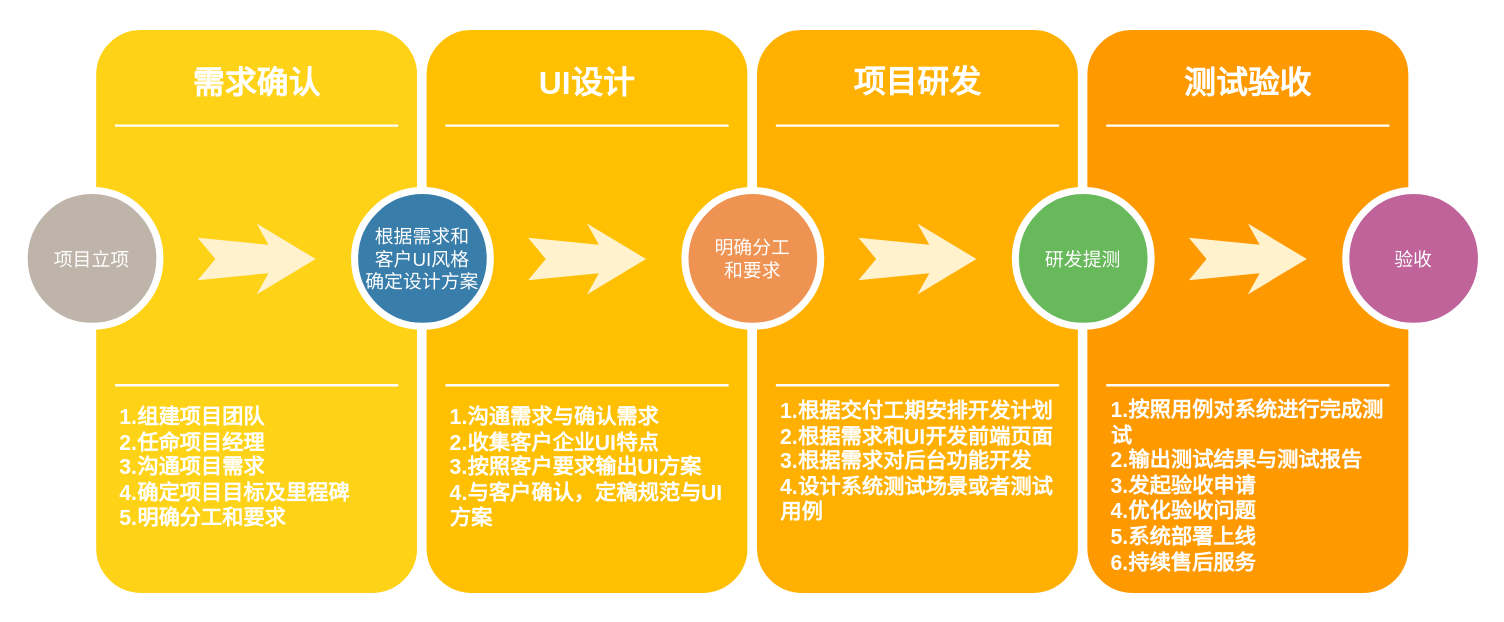
Above: 未命名绘图.drawio in xiaoming728/draw (draw.io), before the change. Source tidied: cells renumbered, new cells numbered last; positions are measured from the earlier drawing's top-left corner, leaving out a move shared by most shapes. Both pictures are drawn from the tidied source at 118%, with x=0, y=0 at pixel (24, 25).
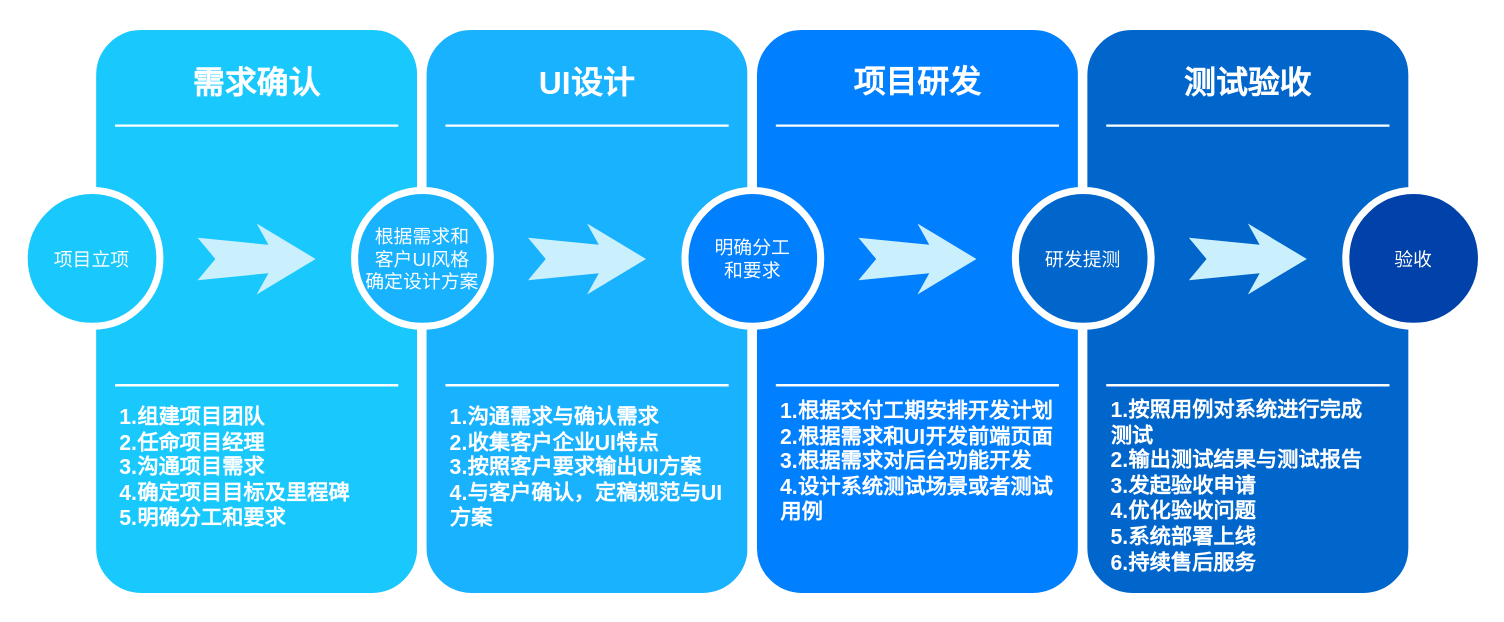
The same diagram, later.

Commit message:
更新未命名绘图.drawio

What changed in the source:
```diff
@@
-    <mxCell id="2" style="whiteSpace=wrap;html=1;rounded=1;shadow=0;strokeWidth=8;fontSize=20;align=center;fillColor=#FED217;strokeColor=#FFFFFF;" parent="1" vertex="1">
+    <mxCell id="2" style="whiteSpace=wrap;html=1;rounded=1;shadow=0;strokeWidth=8;fontSize=20;align=center;fillColor=#19C9FE;strokeColor=#FFFFFF;" parent="1" vertex="1">
       <mxGeometry x="57" width="280" height="485" as="geometry" />
     </mxCell>
@@
-    <mxCell id="7" value="项目立项" style="ellipse;whiteSpace=wrap;html=1;rounded=0;shadow=0;strokeWidth=6;fontSize=16;align=center;fillColor=#BFB4A9;strokeColor=#FFFFFF;fontColor=#FFFFFF;" parent="1" vertex="1">
+    <mxCell id="7" value="项目立项" style="ellipse;whiteSpace=wrap;html=1;rounded=0;shadow=0;strokeWidth=6;fontSize=16;align=center;fillColor=#19c9fe;strokeColor=#FFFFFF;fontColor=#FFFFFF;" parent="1" vertex="1">
       <mxGeometry y="140" width="115" height="115" as="geometry" />
     </mxCell>
-    <mxCell id="8" style="html=1;shadow=0;dashed=0;align=center;verticalAlign=middle;shape=mxgraph.arrows2.stylisedArrow;dy=0.6;dx=40;notch=15;feather=0.4;rounded=0;strokeWidth=1;fontSize=16;strokeColor=none;fillColor=#fff2cc;" parent="1" vertex="1">
+    <mxCell id="8" style="html=1;shadow=0;dashed=0;align=center;verticalAlign=middle;shape=mxgraph.arrows2.stylisedArrow;dy=0.6;dx=40;notch=15;feather=0.4;rounded=0;strokeWidth=1;fontSize=16;strokeColor=none;fillColor=#caf0fe;" parent="1" vertex="1">
       <mxGeometry x="147" y="168" width="100" height="60" as="geometry" />
     </mxCell>
-    <mxCell id="9" style="whiteSpace=wrap;html=1;rounded=1;shadow=0;strokeWidth=8;fontSize=20;align=center;fillColor=#FFC001;strokeColor=#FFFFFF;" parent="1" vertex="1">
+    <mxCell id="9" style="whiteSpace=wrap;html=1;rounded=1;shadow=0;strokeWidth=8;fontSize=20;align=center;fillColor=#19B2FF;strokeColor=#FFFFFF;" parent="1" vertex="1">
       <mxGeometry x="337" width="280" height="485" as="geometry" />
     </mxCell>
@@
-    <mxCell id="13" value="根据需求和&lt;br&gt;客户UI风格&lt;br&gt;确定设计方案" style="ellipse;whiteSpace=wrap;html=1;rounded=0;shadow=0;strokeWidth=6;fontSize=16;align=center;fillColor=#397DAA;strokeColor=#FFFFFF;fontColor=#FFFFFF;" parent="1" vertex="1">
+    <mxCell id="13" value="根据需求和&lt;br&gt;客户UI风格&lt;br&gt;确定设计方案" style="ellipse;whiteSpace=wrap;html=1;rounded=0;shadow=0;strokeWidth=6;fontSize=16;align=center;fillColor=#19b2ff;strokeColor=#FFFFFF;fontColor=#FFFFFF;" parent="1" vertex="1">
       <mxGeometry x="280" y="140" width="115" height="115" as="geometry" />
     </mxCell>
-    <mxCell id="14" style="html=1;shadow=0;dashed=0;align=center;verticalAlign=middle;shape=mxgraph.arrows2.stylisedArrow;dy=0.6;dx=40;notch=15;feather=0.4;rounded=0;strokeWidth=1;fontSize=16;strokeColor=none;fillColor=#fff2cc;" parent="1" vertex="1">
+    <mxCell id="14" style="html=1;shadow=0;dashed=0;align=center;verticalAlign=middle;shape=mxgraph.arrows2.stylisedArrow;dy=0.6;dx=40;notch=15;feather=0.4;rounded=0;strokeWidth=1;fontSize=16;strokeColor=none;fillColor=#caf0fe;" parent="1" vertex="1">
       <mxGeometry x="427" y="168" width="100" height="60" as="geometry" />
     </mxCell>
-    <mxCell id="15" style="whiteSpace=wrap;html=1;rounded=1;shadow=0;strokeWidth=8;fontSize=20;align=center;fillColor=#FFB001;strokeColor=#FFFFFF;" parent="1" vertex="1">
+    <mxCell id="15" style="whiteSpace=wrap;html=1;rounded=1;shadow=0;strokeWidth=8;fontSize=20;align=center;fillColor=#007FFF;strokeColor=#FFFFFF;" parent="1" vertex="1">
       <mxGeometry x="617" width="280" height="485" as="geometry" />
     </mxCell>
@@
-    <mxCell id="18" value="明确分工&lt;br style=&quot;border-color: var(--border-color);&quot;&gt;和要求" style="ellipse;whiteSpace=wrap;html=1;rounded=0;shadow=0;strokeWidth=6;fontSize=16;align=center;fillColor=#EF9353;strokeColor=#FFFFFF;fontColor=#FFFFFF;" parent="1" vertex="1">
+    <mxCell id="18" value="明确分工&lt;br style=&quot;border-color: var(--border-color);&quot;&gt;和要求" style="ellipse;whiteSpace=wrap;html=1;rounded=0;shadow=0;strokeWidth=6;fontSize=16;align=center;fillColor=#007fff;strokeColor=#FFFFFF;fontColor=#FFFFFF;" parent="1" vertex="1">
       <mxGeometry x="560" y="140" width="115" height="115" as="geometry" />
     </mxCell>
-    <mxCell id="19" style="html=1;shadow=0;dashed=0;align=center;verticalAlign=middle;shape=mxgraph.arrows2.stylisedArrow;dy=0.6;dx=40;notch=15;feather=0.4;rounded=0;strokeWidth=1;fontSize=16;strokeColor=none;fillColor=#fff2cc;" parent="1" vertex="1">
+    <mxCell id="19" style="html=1;shadow=0;dashed=0;align=center;verticalAlign=middle;shape=mxgraph.arrows2.stylisedArrow;dy=0.6;dx=40;notch=15;feather=0.4;rounded=0;strokeWidth=1;fontSize=16;strokeColor=none;fillColor=#caf0fe;" parent="1" vertex="1">
       <mxGeometry x="707" y="168" width="100" height="60" as="geometry" />
     </mxCell>
-    <mxCell id="20" style="whiteSpace=wrap;html=1;rounded=1;shadow=0;strokeWidth=8;fontSize=20;align=center;fillColor=#FE9900;strokeColor=#FFFFFF;" parent="1" vertex="1">
+    <mxCell id="20" style="whiteSpace=wrap;html=1;rounded=1;shadow=0;strokeWidth=8;fontSize=20;align=center;fillColor=#0066CC;strokeColor=#FFFFFF;" parent="1" vertex="1">
       <mxGeometry x="897" width="280" height="485" as="geometry" />
     </mxCell>
@@
-    <mxCell id="24" value="研发提测" style="ellipse;whiteSpace=wrap;html=1;rounded=0;shadow=0;strokeWidth=6;fontSize=16;align=center;fillColor=#68B85C;strokeColor=#FFFFFF;fontColor=#FFFFFF;" parent="1" vertex="1">
+    <mxCell id="24" value="研发提测" style="ellipse;whiteSpace=wrap;html=1;rounded=0;shadow=0;strokeWidth=6;fontSize=16;align=center;fillColor=#0066cc;strokeColor=#FFFFFF;fontColor=#FFFFFF;" parent="1" vertex="1">
       <mxGeometry x="840" y="140" width="115" height="115" as="geometry" />
     </mxCell>
-    <mxCell id="25" style="html=1;shadow=0;dashed=0;align=center;verticalAlign=middle;shape=mxgraph.arrows2.stylisedArrow;dy=0.6;dx=40;notch=15;feather=0.4;rounded=0;strokeWidth=1;fontSize=16;strokeColor=none;fillColor=#fff2cc;" parent="1" vertex="1">
+    <mxCell id="25" style="html=1;shadow=0;dashed=0;align=center;verticalAlign=middle;shape=mxgraph.arrows2.stylisedArrow;dy=0.6;dx=40;notch=15;feather=0.4;rounded=0;strokeWidth=1;fontSize=16;strokeColor=none;fillColor=#caf0fe;" parent="1" vertex="1">
       <mxGeometry x="987" y="168" width="100" height="60" as="geometry" />
     </mxCell>
-    <mxCell id="26" value="验收" style="ellipse;whiteSpace=wrap;html=1;rounded=0;shadow=0;strokeWidth=6;fontSize=16;align=center;fillColor=#BF639A;strokeColor=#FFFFFF;fontColor=#FFFFFF;" parent="1" vertex="1">
+    <mxCell id="26" value="验收" style="ellipse;whiteSpace=wrap;html=1;rounded=0;shadow=0;strokeWidth=6;fontSize=16;align=center;fillColor=#0042aa;strokeColor=#FFFFFF;fontColor=#FFFFFF;" parent="1" vertex="1">
       <mxGeometry x="1120" y="140" width="115" height="115" as="geometry" />
     </mxCell>
@@
-    <mxCell id="30" value="&lt;b&gt;&lt;font style=&quot;font-size: 18px;&quot;&gt;1.按照用例对系统进行完成测试&lt;br&gt;2.输出测试结果与测试报告&lt;br&gt;3.发起验收申请&lt;br&gt;4.优化验收问题&lt;br&gt;5.系统部署上线&lt;br&gt;6.持续售后服务&lt;br&gt;&lt;/font&gt;&lt;/b&gt;" style="text;html=1;strokeColor=none;fillColor=none;align=left;verticalAlign=top;whiteSpace=wrap;rounded=0;shadow=0;fontSize=14;fontColor=#FFFFFF;spacingLeft=22;spacingBottom=0;spacingRight=22;" parent="1" vertex="1">
+    <mxCell id="30" value="&lt;b&gt;&lt;font style=&quot;font-size: 18px;&quot;&gt;1.按照用例对系统进行完成&lt;br&gt;测试&lt;br&gt;2.输出测试结果与测试报告&lt;br&gt;3.发起验收申请&lt;br&gt;4.优化验收问题&lt;br&gt;5.系统部署上线&lt;br&gt;6.持续售后服务&lt;br&gt;&lt;/font&gt;&lt;/b&gt;" style="text;html=1;strokeColor=none;fillColor=none;align=left;verticalAlign=top;whiteSpace=wrap;rounded=0;shadow=0;fontSize=14;fontColor=#FFFFFF;spacingLeft=22;spacingBottom=0;spacingRight=22;" parent="1" vertex="1">
       <mxGeometry x="897" y="309" width="280" height="160" as="geometry" />
     </mxCell>
```
